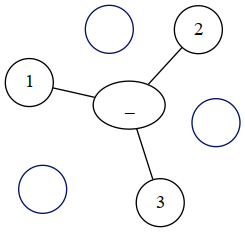
This is img/diagram_test.png from Adrien-No/partition-algebra, a Graphviz export, as it was before one commit. Its source is kept beside it as img/diagram_test.dot. Source of this version:
```dot
graph G {
  pagedir=LR;
  1 [pos="1.000000,1.000000", shape=circle, ];
  2 [pos="2.000000,1.000000", shape=circle, ];
  3 [pos="3.000000,1.000000", shape=circle, ];
  _-3 [pos="-3.000000,0.000000", shape=circle, ];
  _-2 [pos="-2.000000,0.000000", shape=circle, ];
  _-1 [pos="-1.000000,0.000000", shape=circle, ];


  1 -- _-1 [color="#001267", label="", ];
  2 -- _-2 [color="#001267", label="", ];
  3 -- _-3 [color="#001267", label="", ];

  }
```
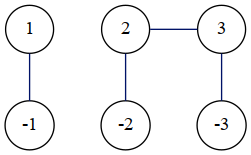
After the change.

Commit message:
draw: simple but precise printing of diagram as image

The edit, as a diff of the source:
```diff
@@ -1,15 +1,15 @@
 graph G {
-  pagedir=LR;
-  1 [pos="1.000000,1.000000", shape=circle, ];
-  2 [pos="2.000000,1.000000", shape=circle, ];
-  3 [pos="3.000000,1.000000", shape=circle, ];
-  _-3 [pos="-3.000000,0.000000", shape=circle, ];
-  _-2 [pos="-2.000000,0.000000", shape=circle, ];
-  _-1 [pos="-1.000000,0.000000", shape=circle, ];
+  -3 [pos="3.000000,0.000000!", shape=circle, ];
+  -2 [pos="2.000000,0.000000!", shape=circle, ];
+  -1 [pos="1.000000,0.000000!", shape=circle, ];
+  1 [pos="1.000000,1.000000!", shape=circle, ];
+  2 [pos="2.000000,1.000000!", shape=circle, ];
+  3 [pos="3.000000,1.000000!", shape=circle, ];
 
 
-  1 -- _-1 [color="#001267", label="", ];
-  2 -- _-2 [color="#001267", label="", ];
-  3 -- _-3 [color="#001267", label="", ];
+  1 -- -1 [color="#001267", label="", ];
+  2 -- -2 [color="#001267", label="", ];
+  3 -- -3 [color="#001267", label="", ];
+  3 -- 2 [color="#001267", label="", ];
 
   }
```
